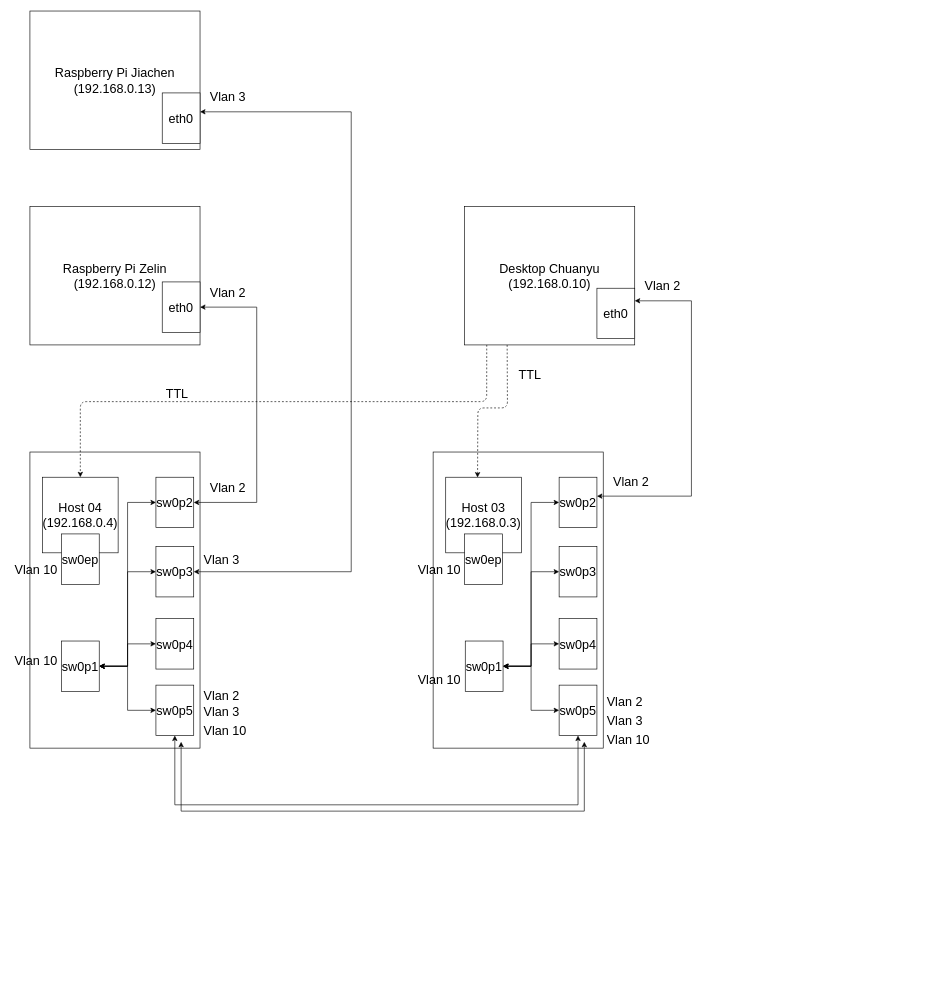
Before: low_level.drawio in deepsea52418/Time-Sensitive-Network-Verification-via-TTTech-Evaluation-Board, a draw.io diagram. Source tidied: cells renumbered, new cells numbered last; positions are measured from the earlier drawing's top-left corner, leaving out a move shared by most shapes. Both pictures are drawn from the tidied source at 63%, with x=0, y=0 at pixel (11, 11).
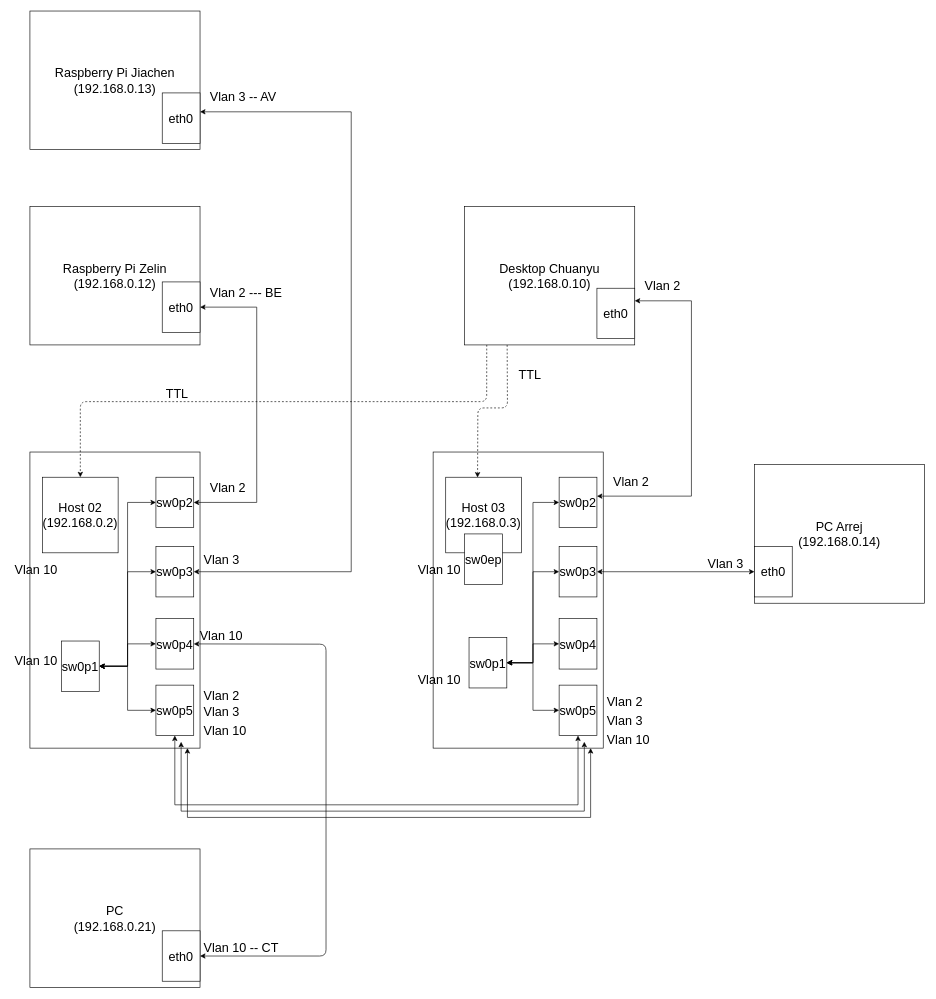
The same diagram, later.

Unchanged cells that the change refers to:
```xml
<mxCell id="6" value="sw0p4" style="rounded=0;whiteSpace=wrap;html=1;fontSize=20;" parent="1" vertex="1">
  <mxGeometry x="230" y="964.5" width="60" height="80" as="geometry" />
</mxCell>
<mxCell id="17" value="sw0p3" style="rounded=0;whiteSpace=wrap;html=1;fontSize=20;" parent="1" vertex="1">
  <mxGeometry x="870" y="850" width="60" height="80" as="geometry" />
</mxCell>
```

Diff of the diagram source:
```diff
@@
-    <mxCell id="3" value="Host 04&lt;br&gt;(192.168.0.4)" style="whiteSpace=wrap;html=1;fontSize=20;" parent="1" vertex="1">
+    <mxCell id="3" value="Host 02&lt;br&gt;(192.168.0.2)" style="whiteSpace=wrap;html=1;fontSize=20;" parent="1" vertex="1">
       <mxGeometry x="50" y="740" width="120" height="120" as="geometry" />
     </mxCell>
@@
+    <mxCell id="57" style="edgeStyle=none;html=1;entryX=1;entryY=0.5;entryDx=0;entryDy=0;startArrow=classic;startFill=1;" parent="1" edge="1" source="6" target="60">
+      <mxGeometry relative="1" as="geometry">
+        <Array as="points">
+          <mxPoint x="500" y="1005" />
+          <mxPoint x="500" y="1500" />
+        </Array>
+      </mxGeometry>
+    </mxCell>
@@
-    <mxCell id="8" value="sw0ep" style="rounded=0;whiteSpace=wrap;html=1;fontSize=20;" parent="1" vertex="1">
-      <mxGeometry x="80" y="830" width="60" height="80" as="geometry" />
-    </mxCell>
@@
+    <mxCell id="58" style="edgeStyle=none;html=1;entryX=0;entryY=0.5;entryDx=0;entryDy=0;startArrow=classic;startFill=1;" parent="1" edge="1" source="17" target="64">
+      <mxGeometry relative="1" as="geometry" />
+    </mxCell>
@@
     <mxCell id="25" value="&lt;span&gt;sw0p1&lt;/span&gt;" style="rounded=0;whiteSpace=wrap;html=1;fontSize=20;" parent="1" vertex="1">
-      <mxGeometry x="721" y="1000" width="60" height="80" as="geometry" />
+      <mxGeometry x="727" y="994.5" width="60" height="80" as="geometry" />
     </mxCell>
@@
-    <mxCell id="32" value="Vlan 2" style="text;strokeColor=none;fillColor=none;align=left;verticalAlign=middle;spacingLeft=4;spacingRight=4;overflow=hidden;fontSize=20;" parent="1" vertex="1">
-      <mxGeometry x="310" y="430" width="80" height="30" as="geometry" />
+    <mxCell id="32" value="Vlan 2 --- BE" style="text;strokeColor=none;fillColor=none;align=left;verticalAlign=middle;spacingLeft=4;spacingRight=4;overflow=hidden;fontSize=20;" parent="1" vertex="1">
+      <mxGeometry x="310" y="430" width="180" height="30" as="geometry" />
     </mxCell>
@@
-    <mxCell id="34" value="Vlan 3" style="text;strokeColor=none;fillColor=none;align=left;verticalAlign=middle;spacingLeft=4;spacingRight=4;overflow=hidden;fontSize=20;" parent="1" vertex="1">
-      <mxGeometry x="310" y="120" width="80" height="30" as="geometry" />
+    <mxCell id="34" value="Vlan 3 -- AV" style="text;strokeColor=none;fillColor=none;align=left;verticalAlign=middle;spacingLeft=4;spacingRight=4;overflow=hidden;fontSize=20;" parent="1" vertex="1">
+      <mxGeometry x="310" y="120" width="200" height="30" as="geometry" />
     </mxCell>
@@
+    <mxCell id="59" value="PC&lt;br&gt;(192.168.0.21)" style="rounded=0;whiteSpace=wrap;html=1;fontSize=20;" parent="1" vertex="1">
+      <mxGeometry x="30" y="1330" width="270" height="220" as="geometry" />
+    </mxCell>
+    <mxCell id="60" value="eth0" style="rounded=0;whiteSpace=wrap;html=1;fontSize=20;" parent="1" vertex="1">
+      <mxGeometry x="240" y="1460" width="60" height="80" as="geometry" />
+    </mxCell>
+    <mxCell id="61" value="Vlan 10" style="text;strokeColor=none;fillColor=none;align=left;verticalAlign=middle;spacingLeft=4;spacingRight=4;overflow=hidden;fontSize=20;" parent="1" vertex="1">
+      <mxGeometry x="294" y="975" width="80" height="30" as="geometry" />
+    </mxCell>
+    <mxCell id="62" value="Vlan 10 -- CT" style="text;strokeColor=none;fillColor=none;align=left;verticalAlign=middle;spacingLeft=4;spacingRight=4;overflow=hidden;fontSize=20;" parent="1" vertex="1">
+      <mxGeometry x="300" y="1470" width="240" height="30" as="geometry" />
+    </mxCell>
+    <mxCell id="63" value="PC Arrej&lt;br&gt;(192.168.0.14)" style="rounded=0;whiteSpace=wrap;html=1;fontSize=20;" parent="1" vertex="1">
+      <mxGeometry x="1180" y="720" width="270" height="220" as="geometry" />
+    </mxCell>
+    <mxCell id="64" value="eth0" style="rounded=0;whiteSpace=wrap;html=1;fontSize=20;" parent="1" vertex="1">
+      <mxGeometry x="1180" y="850" width="60" height="80" as="geometry" />
+    </mxCell>
+    <mxCell id="65" value="Vlan 3" style="text;strokeColor=none;fillColor=none;align=left;verticalAlign=middle;spacingLeft=4;spacingRight=4;overflow=hidden;fontSize=20;" parent="1" vertex="1">
+      <mxGeometry x="1100" y="860" width="90" height="30" as="geometry" />
+    </mxCell>
+    <mxCell id="66" style="edgeStyle=orthogonalEdgeStyle;rounded=0;orthogonalLoop=1;jettySize=auto;html=1;entryX=0.5;entryY=1;entryDx=0;entryDy=0;startArrow=classic;startFill=1;" parent="1" edge="1">
+      <mxGeometry relative="1" as="geometry">
+        <mxPoint x="280" y="1170" as="sourcePoint" />
+        <mxPoint x="920" y="1170" as="targetPoint" />
+        <Array as="points">
+          <mxPoint x="280" y="1280" />
+          <mxPoint x="920" y="1280" />
+        </Array>
+      </mxGeometry>
+    </mxCell>
```
